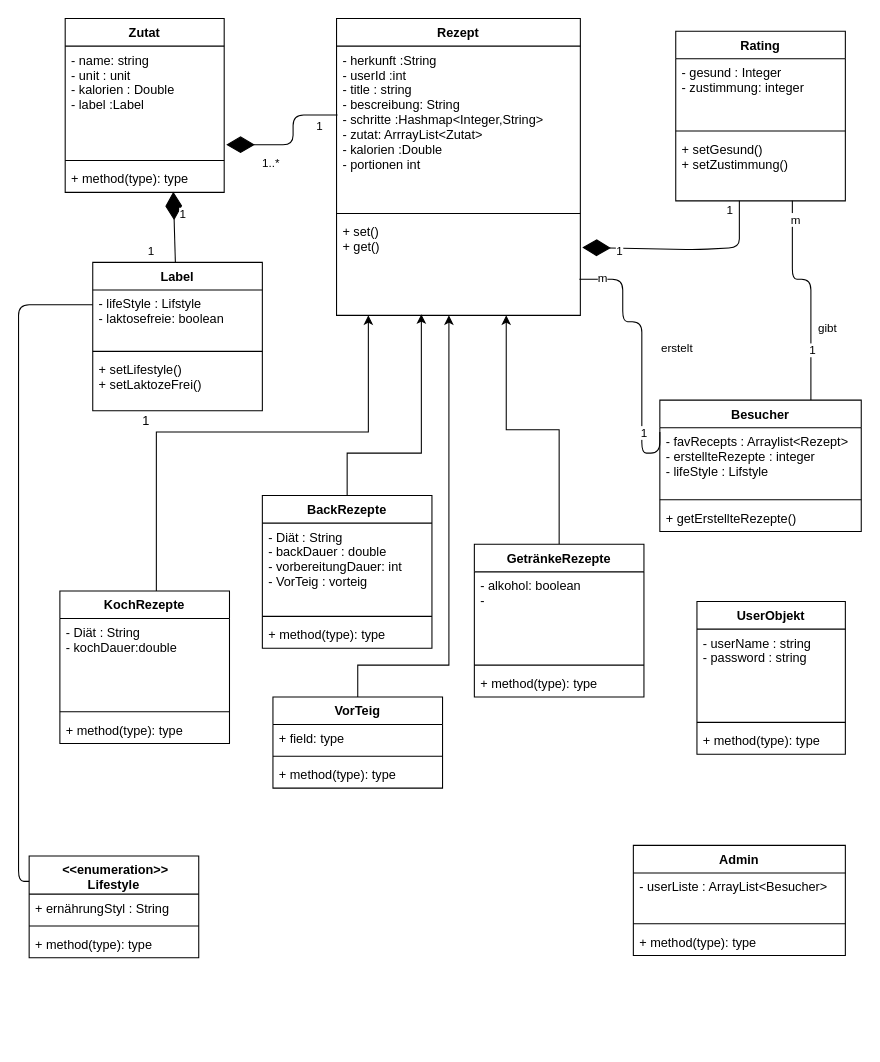
Above: Untitled Diagram.drawio in anas90zh/blue-Avocado (draw.io), before the change. Source tidied: cells renumbered, new cells numbered last; positions are measured from the earlier drawing's top-left corner, leaving out a move shared by most shapes. Both pictures are drawn from the tidied source at 106%, with x=0, y=0 at pixel (18, 18).
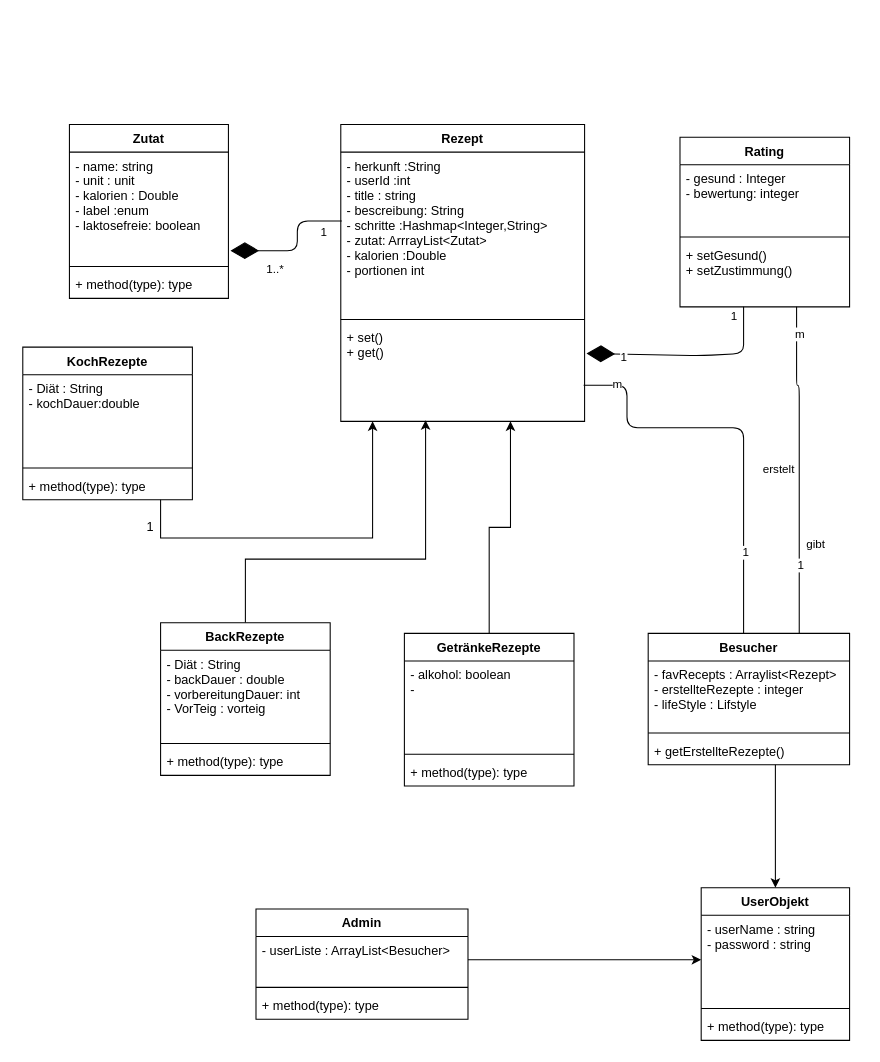
The same page after the edit.

Unchanged cells that the change refers to:
```xml
<mxCell id="5" value="+ method(type): type" style="text;strokeColor=none;fillColor=none;align=left;verticalAlign=top;spacingLeft=4;spacingRight=4;overflow=hidden;points=[[0,0.5],[1,0.5]];portConstraint=eastwest;" parent="2" vertex="1">
  <mxGeometry y="138" width="150" height="26" as="geometry" />
</mxCell>
<mxCell id="7" value="- herkunft :String&#10;- userId :int&#10;- title : string&#10;- bescreibung: String&#10;- schritte :Hashmap&lt;Integer,String&gt;&#10; - zutat: ArrrayList&lt;Zutat&gt;&#10;- kalorien :Double&#10;- portionen int&#10;&#10;&#10;&#10;&#10;&#10;&#10;&#10;&#10;&#10;&#10;" style="text;strokeColor=none;fillColor=none;align=left;verticalAlign=top;spacingLeft=4;spacingRight=4;overflow=hidden;points=[[0,0.5],[1,0.5]];portConstraint=eastwest;" parent="6" vertex="1">
  <mxGeometry y="26" width="230" height="154" as="geometry" />
</mxCell>
<mxCell id="9" value="+ set()&#10;+ get()&#10;" style="text;strokeColor=none;fillColor=none;align=left;verticalAlign=top;spacingLeft=4;spacingRight=4;overflow=hidden;points=[[0,0.5],[1,0.5]];portConstraint=eastwest;" parent="6" vertex="1">
  <mxGeometry y="188" width="230" height="92" as="geometry" />
</mxCell>
<mxCell id="13" value="+ setGesund()&#10;+ setZustimmung()&#10;&#10;&#10;" style="text;strokeColor=none;fillColor=none;align=left;verticalAlign=top;spacingLeft=4;spacingRight=4;overflow=hidden;points=[[0,0.5],[1,0.5]];portConstraint=eastwest;" parent="10" vertex="1">
  <mxGeometry y="98" width="160" height="62" as="geometry" />
</mxCell>
<mxCell id="29" value="- userName : string&#10;- password : string&#10;&#10;" style="text;strokeColor=none;fillColor=none;align=left;verticalAlign=top;spacingLeft=4;spacingRight=4;overflow=hidden;points=[[0,0.5],[1,0.5]];portConstraint=eastwest;" parent="28" vertex="1">
  <mxGeometry y="26" width="140" height="84" as="geometry" />
</mxCell>
<mxCell id="37" value="- userListe : ArrayList&lt;Besucher&gt;" style="text;strokeColor=none;fillColor=none;align=left;verticalAlign=top;spacingLeft=4;spacingRight=4;overflow=hidden;points=[[0,0.5],[1,0.5]];portConstraint=eastwest;" parent="36" vertex="1">
  <mxGeometry y="26" width="200" height="44" as="geometry" />
</mxCell>
<mxCell id="43" value="+ getErstellteRezepte()" style="text;strokeColor=none;fillColor=none;align=left;verticalAlign=top;spacingLeft=4;spacingRight=4;overflow=hidden;points=[[0,0.5],[1,0.5]];portConstraint=eastwest;" parent="40" vertex="1">
  <mxGeometry y="98" width="190" height="26" as="geometry" />
</mxCell>
```

The edit, as a diff of the source:
```diff
@@
     <mxCell id="2" value="Zutat" style="swimlane;fontStyle=1;align=center;verticalAlign=top;horizontal=1;startSize=26;" parent="1" vertex="1">
-      <mxGeometry x="44" width="150" height="164" as="geometry" />
+      <mxGeometry x="48" y="100" width="150" height="164" as="geometry" />
     </mxCell>
-    <mxCell id="3" value="- name: string&#10;- unit : unit&#10;- kalorien : Double &#10;- label :Label&#10;&#10;&#10;&#10;&#10;" style="text;strokeColor=none;fillColor=none;align=left;verticalAlign=top;spacingLeft=4;spacingRight=4;overflow=hidden;points=[[0,0.5],[1,0.5]];portConstraint=eastwest;" parent="2" vertex="1">
+    <mxCell id="3" value="- name: string&#10;- unit : unit&#10;- kalorien : Double &#10;- label :enum&#10;- laktosefreie: boolean&#10;&#10;&#10;&#10;&#10;" style="text;strokeColor=none;fillColor=none;align=left;verticalAlign=top;spacingLeft=4;spacingRight=4;overflow=hidden;points=[[0,0.5],[1,0.5]];portConstraint=eastwest;" parent="2" vertex="1">
       <mxGeometry y="26" width="150" height="104" as="geometry" />
     </mxCell>
@@
     <mxCell id="6" value="Rezept" style="swimlane;fontStyle=1;align=center;verticalAlign=top;horizontal=1;startSize=26;" parent="1" vertex="1">
-      <mxGeometry x="300" width="230" height="280" as="geometry" />
+      <mxGeometry x="304" y="100" width="230" height="280" as="geometry" />
     </mxCell>
@@
     <mxCell id="10" value="Rating" style="swimlane;fontStyle=1;align=center;verticalAlign=top;horizontal=1;startSize=26;" parent="1" vertex="1">
-      <mxGeometry x="620" y="12" width="160" height="160" as="geometry" />
+      <mxGeometry x="624" y="112" width="160" height="160" as="geometry" />
     </mxCell>
-    <mxCell id="11" value="- gesund : Integer&#10;- zustimmung: integer&#10;" style="text;strokeColor=none;fillColor=none;align=left;verticalAlign=top;spacingLeft=4;spacingRight=4;overflow=hidden;" parent="10" vertex="1">
+    <mxCell id="11" value="- gesund : Integer&#10;- bewertung: integer&#10;" style="text;strokeColor=none;fillColor=none;align=left;verticalAlign=top;spacingLeft=4;spacingRight=4;overflow=hidden;" parent="10" vertex="1">
       <mxGeometry y="26" width="160" height="64" as="geometry" />
     </mxCell>
@@
-    <mxCell id="14" value=" &lt;&lt;enumeration&gt;&gt; &#10;Lifestyle" style="swimlane;fontStyle=1;align=center;verticalAlign=top;horizontal=1;startSize=36;" parent="1" vertex="1">
-      <mxGeometry x="10" y="790" width="160" height="96" as="geometry" />
-    </mxCell>
-    <mxCell id="15" value="+ ernährungStyl : String" style="text;strokeColor=none;fillColor=none;align=left;verticalAlign=top;spacingLeft=4;spacingRight=4;overflow=hidden;" parent="14" vertex="1">
-      <mxGeometry y="36" width="160" height="26" as="geometry" />
-    </mxCell>
-    <mxCell id="16" style="line;strokeWidth=1;fillColor=none;align=left;verticalAlign=middle;spacingTop=-1;spacingLeft=3;spacingRight=3;labelPosition=right;" parent="14" vertex="1">
-      <mxGeometry y="62" width="160" height="8" as="geometry" />
-    </mxCell>
-    <mxCell id="17" value="+ method(type): type" style="text;strokeColor=none;fillColor=none;align=left;verticalAlign=top;spacingLeft=4;spacingRight=4;overflow=hidden;" parent="14" vertex="1">
-      <mxGeometry y="70" width="160" height="26" as="geometry" />
-    </mxCell>
     <mxCell id="18" style="endArrow=diamondThin;endFill=1;endSize=24;html=1;entryX=1.013;entryY=0.894;entryDx=0;entryDy=0;entryPerimeter=0;exitX=0.004;exitY=0.422;exitDx=0;exitDy=0;exitPerimeter=0;" parent="1" edge="1" source="7" target="3">
       <mxGeometry relative="1" as="geometry">
         <Array as="points">
-          <mxPoint x="259" y="91" />
-          <mxPoint x="259" y="119" />
-          <mxPoint x="240" y="119" />
+          <mxPoint x="263" y="191" />
+          <mxPoint x="263" y="219" />
+          <mxPoint x="244" y="219" />
         </Array>
       </mxGeometry>
     </mxCell>
@@
     <mxCell id="21" style="endArrow=diamondThin;endFill=1;endSize=24;html=1;entryX=1.008;entryY=0.304;entryDx=0;entryDy=0;entryPerimeter=0;" parent="1" edge="1" target="9">
       <mxGeometry relative="1" as="geometry">
-        <mxPoint x="680" y="172" as="sourcePoint" />
+        <mxPoint x="684" y="272" as="sourcePoint" />
         <Array as="points">
-          <mxPoint x="680" y="190" />
-          <mxPoint x="680" y="216" />
-          <mxPoint x="640" y="218" />
+          <mxPoint x="684" y="290" />
+          <mxPoint x="684" y="316" />
+          <mxPoint x="644" y="318" />
         </Array>
       </mxGeometry>
     </mxCell>
@@
-    <mxCell id="24" value="Label" style="swimlane;fontStyle=1;align=center;verticalAlign=top;horizontal=1;startSize=26;" parent="1" vertex="1">
-      <mxGeometry x="70" y="230" width="160" height="140" as="geometry" />
-    </mxCell>
-    <mxCell id="25" value="- lifeStyle : Lifstyle&#10;- laktosefreie: boolean " style="text;strokeColor=none;fillColor=none;align=left;verticalAlign=top;spacingLeft=4;spacingRight=4;overflow=hidden;points=[[0,0.5],[1,0.5]];portConstraint=eastwest;" parent="24" vertex="1">
-      <mxGeometry y="26" width="160" height="54" as="geometry" />
-    </mxCell>
-    <mxCell id="26" style="line;strokeWidth=1;fillColor=none;align=left;verticalAlign=middle;spacingTop=-1;spacingLeft=3;spacingRight=3;labelPosition=right;" parent="24" vertex="1">
-      <mxGeometry y="80" width="160" height="8" as="geometry" />
-    </mxCell>
-    <mxCell id="27" value="+ setLifestyle()&#10;+ setLaktozeFrei()&#10;" style="text;strokeColor=none;fillColor=none;align=left;verticalAlign=top;spacingLeft=4;spacingRight=4;overflow=hidden;" parent="24" vertex="1">
-      <mxGeometry y="88" width="160" height="52" as="geometry" />
-    </mxCell>
     <mxCell id="28" value="UserObjekt" style="swimlane;fontStyle=1;align=center;verticalAlign=top;horizontal=1;startSize=26;" parent="1" vertex="1">
-      <mxGeometry x="640" y="550" width="140" height="144" as="geometry" />
+      <mxGeometry x="644" y="820" width="140" height="144" as="geometry" />
     </mxCell>
@@
     <mxCell id="32" style="endArrow=none;html=1;edgeStyle=orthogonalEdgeStyle;exitX=0.75;exitY=0;exitDx=0;exitDy=0;" parent="1" edge="1" source="40" target="13">
       <mxGeometry relative="1" as="geometry">
         <Array as="points">
-          <mxPoint x="730" y="246" />
+          <mxPoint x="734" y="346" />
         </Array>
       </mxGeometry>
     </mxCell>
@@
     <mxCell id="36" value="Admin" style="swimlane;fontStyle=1;align=center;verticalAlign=top;horizontal=1;startSize=26;" parent="1" vertex="1">
-      <mxGeometry x="580" y="780" width="200" height="104" as="geometry" />
+      <mxGeometry x="224" y="840" width="200" height="104" as="geometry" />
     </mxCell>
@@
     <mxCell id="40" value="Besucher" style="swimlane;fontStyle=1;align=center;verticalAlign=top;horizontal=1;startSize=26;" parent="1" vertex="1">
-      <mxGeometry x="605" y="360" width="190" height="124" as="geometry" />
+      <mxGeometry x="594" y="580" width="190" height="124" as="geometry" />
     </mxCell>
@@
-    <mxCell id="44" style="endArrow=none;html=1;edgeStyle=orthogonalEdgeStyle;exitX=0;exitY=0.25;exitDx=0;exitDy=0;" parent="1" edge="1" source="14" target="25">
-      <mxGeometry relative="1" as="geometry">
-        <Array as="points">
-          <mxPoint y="814" />
-          <mxPoint y="270" />
-        </Array>
-      </mxGeometry>
-    </mxCell>
-    <mxCell id="45" style="endArrow=diamondThin;endFill=1;endSize=24;html=1;entryX=0.68;entryY=0.973;entryDx=0;entryDy=0;entryPerimeter=0;" parent="1" edge="1" source="24" target="5">
-      <mxGeometry relative="1" as="geometry" />
-    </mxCell>
-    <mxCell id="46" value="1" style="edgeLabel;html=1;align=center;verticalAlign=middle;rotation=0;" parent="1" vertex="1">
-      <mxGeometry x="220" y="190" as="geometry">
-        <mxPoint x="-65.6" y="-5.4" as="offset" />
-      </mxGeometry>
-    </mxCell>
-    <mxCell id="47" value="1" style="edgeLabel;html=1;align=center;verticalAlign=middle;" parent="1" vertex="1">
-      <mxGeometry x="190" y="200" as="geometry">
-        <mxPoint x="-66" y="19" as="offset" />
-      </mxGeometry>
-    </mxCell>
     <mxCell id="48" value="1" style="text;html=1;align=center;verticalAlign=middle;" parent="1" vertex="1">
-      <mxGeometry x="110" y="370" width="20" height="20" as="geometry" />
+      <mxGeometry x="114" y="470" width="20" height="20" as="geometry" />
     </mxCell>
     <mxCell id="49" style="edgeStyle=orthogonalEdgeStyle;rounded=0;jettySize=auto;html=1;" parent="1" edge="1" source="50" target="9">
       <mxGeometry relative="1" as="geometry">
         <Array as="points">
-          <mxPoint x="130" y="390" />
-          <mxPoint x="330" y="390" />
+          <mxPoint x="134" y="490" />
+          <mxPoint x="334" y="490" />
         </Array>
       </mxGeometry>
     </mxCell>
     <mxCell id="50" value="KochRezepte" style="swimlane;fontStyle=1;align=center;verticalAlign=top;horizontal=1;startSize=26;" parent="1" vertex="1">
-      <mxGeometry x="39" y="540" width="160" height="144" as="geometry" />
+      <mxGeometry x="4" y="310" width="160" height="144" as="geometry" />
     </mxCell>
@@
     <mxCell id="54" style="edgeStyle=orthogonalEdgeStyle;rounded=0;jettySize=auto;html=1;" parent="1" edge="1" source="55">
       <mxGeometry relative="1" as="geometry">
-        <mxPoint x="380" y="279" as="targetPoint" />
+        <mxPoint x="384" y="379" as="targetPoint" />
         <Array as="points">
-          <mxPoint x="310" y="410" />
-          <mxPoint x="380" y="410" />
-          <mxPoint x="380" y="279" />
+          <mxPoint x="314" y="510" />
+          <mxPoint x="384" y="510" />
+          <mxPoint x="384" y="379" />
         </Array>
       </mxGeometry>
     </mxCell>
     <mxCell id="55" value="BackRezepte" style="swimlane;fontStyle=1;align=center;verticalAlign=top;horizontal=1;startSize=26;" parent="1" vertex="1">
-      <mxGeometry x="230" y="450" width="160" height="144" as="geometry" />
+      <mxGeometry x="134" y="570" width="160" height="144" as="geometry" />
     </mxCell>
@@
     <mxCell id="60" value="GetränkeRezepte" style="swimlane;fontStyle=1;align=center;verticalAlign=top;horizontal=1;startSize=26;" parent="1" vertex="1">
-      <mxGeometry x="430" y="496" width="160" height="144" as="geometry" />
+      <mxGeometry x="364" y="580" width="160" height="144" as="geometry" />
     </mxCell>
@@
-    <mxCell id="64" style="edgeStyle=orthogonalEdgeStyle;rounded=0;jettySize=auto;html=1;" parent="1" edge="1" source="65" target="9">
-      <mxGeometry relative="1" as="geometry">
-        <Array as="points">
-          <mxPoint x="320" y="610" />
-          <mxPoint x="406" y="610" />
-        </Array>
-      </mxGeometry>
-    </mxCell>
-    <mxCell id="65" value="VorTeig" style="swimlane;fontStyle=1;align=center;verticalAlign=top;horizontal=1;startSize=26;" parent="1" vertex="1">
-      <mxGeometry x="240" y="640" width="160" height="86" as="geometry" />
-    </mxCell>
-    <mxCell id="66" value="+ field: type" style="text;strokeColor=none;fillColor=none;align=left;verticalAlign=top;spacingLeft=4;spacingRight=4;overflow=hidden;" parent="65" vertex="1">
-      <mxGeometry y="26" width="160" height="26" as="geometry" />
-    </mxCell>
-    <mxCell id="67" style="line;strokeWidth=1;fillColor=none;align=left;verticalAlign=middle;spacingTop=-1;spacingLeft=3;spacingRight=3;labelPosition=right;" parent="65" vertex="1">
-      <mxGeometry y="52" width="160" height="8" as="geometry" />
-    </mxCell>
-    <mxCell id="68" value="+ method(type): type" style="text;strokeColor=none;fillColor=none;align=left;verticalAlign=top;spacingLeft=4;spacingRight=4;overflow=hidden;" parent="65" vertex="1">
-      <mxGeometry y="60" width="160" height="26" as="geometry" />
-    </mxCell>
-    <mxCell id="69" style="endArrow=none;html=1;edgeStyle=orthogonalEdgeStyle;entryX=0.996;entryY=0.63;entryDx=0;entryDy=0;entryPerimeter=0;" parent="1" edge="1" target="9">
+    <mxCell id="69" style="endArrow=none;html=1;edgeStyle=orthogonalEdgeStyle;entryX=0.996;entryY=0.63;entryDx=0;entryDy=0;entryPerimeter=0;" parent="1" edge="1" source="40" target="9">
       <mxGeometry relative="1" as="geometry">
-        <mxPoint x="605" y="390" as="sourcePoint" />
         <Array as="points">
-          <mxPoint x="605" y="410" />
-          <mxPoint x="588" y="410" />
-          <mxPoint x="588" y="286" />
-          <mxPoint x="570" y="286" />
-          <mxPoint x="570" y="246" />
+          <mxPoint x="684" y="386" />
+          <mxPoint x="574" y="386" />
+          <mxPoint x="574" y="346" />
         </Array>
       </mxGeometry>
     </mxCell>
@@
+    <mxCell id="73" style="edgeStyle=orthogonalEdgeStyle;rounded=0;jettySize=auto;html=1;" parent="1" edge="1" source="43" target="28">
+      <mxGeometry relative="1" as="geometry">
+        <Array as="points">
+          <mxPoint x="714" y="730" />
+          <mxPoint x="714" y="730" />
+        </Array>
+      </mxGeometry>
+    </mxCell>
+    <mxCell id="74" style="edgeStyle=orthogonalEdgeStyle;rounded=0;jettySize=auto;html=1;" parent="1" edge="1" source="37" target="29">
+      <mxGeometry relative="1" as="geometry" />
+    </mxCell>
```
